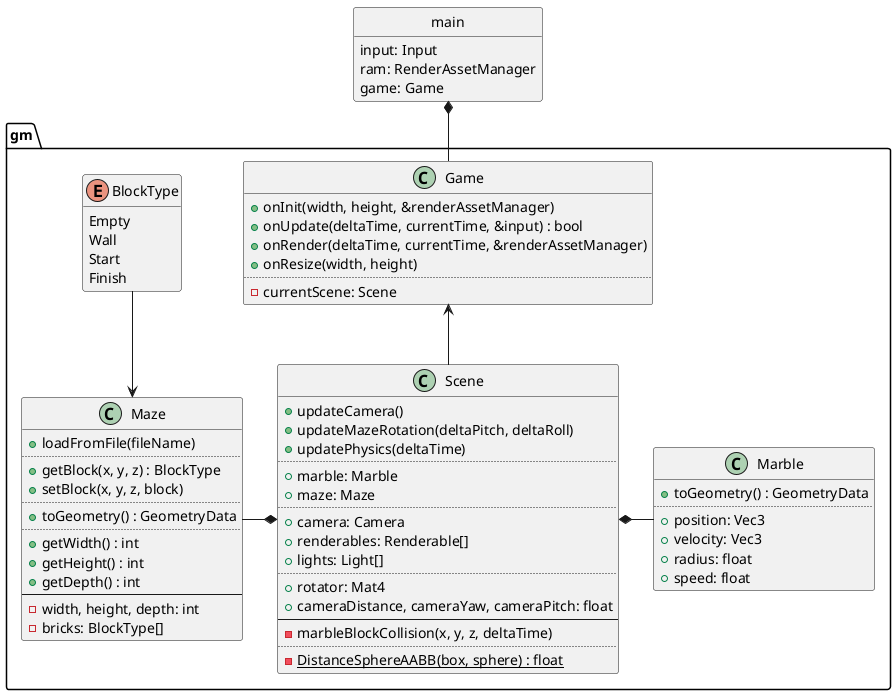
Above: design/game.png in ba6er/marblemaze (PlantUML), before the change.
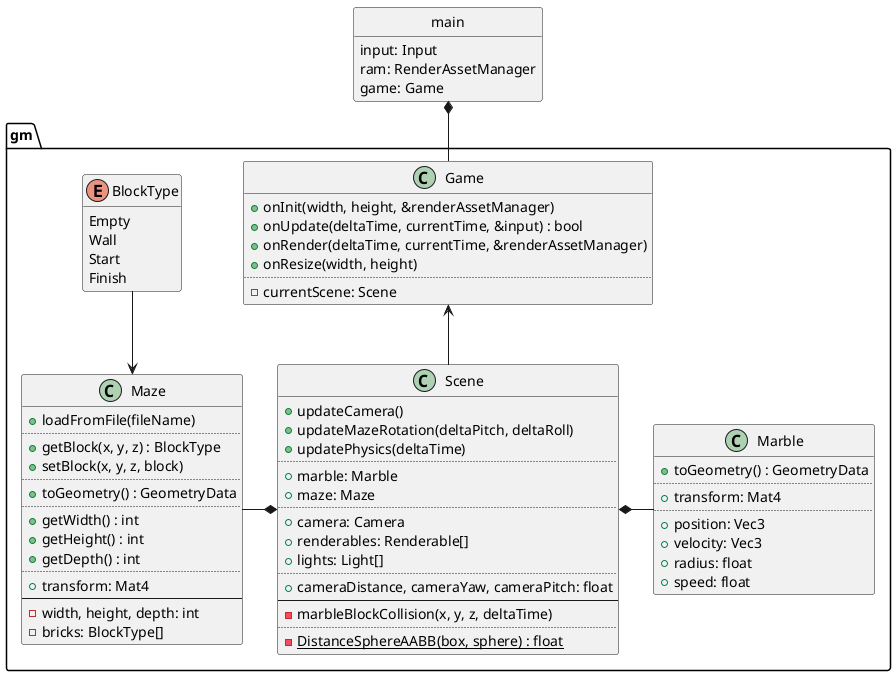
After the change.

Diff of the diagram source:
```diff
@@ -22,7 +22,6 @@
 	+renderables: Renderable[]
 	+lights: Light[]
 	..
-	+rotator: Mat4
 	+cameraDistance, cameraYaw, cameraPitch: float
 	--
 	-marbleBlockCollision(x, y, z, deltaTime)
@@ -49,6 +48,8 @@
 	+getWidth() : int
 	+getHeight() : int
 	+getDepth() : int
+	..
+	+transform: Mat4
 	--
 	-width, height, depth: int
 	-bricks: BlockType[]
@@ -56,6 +57,8 @@
 
 class gm::Marble {
 	+toGeometry() : GeometryData
+	..
+	+transform: Mat4
 	..
 	+position: Vec3
 	+velocity: Vec3
```
